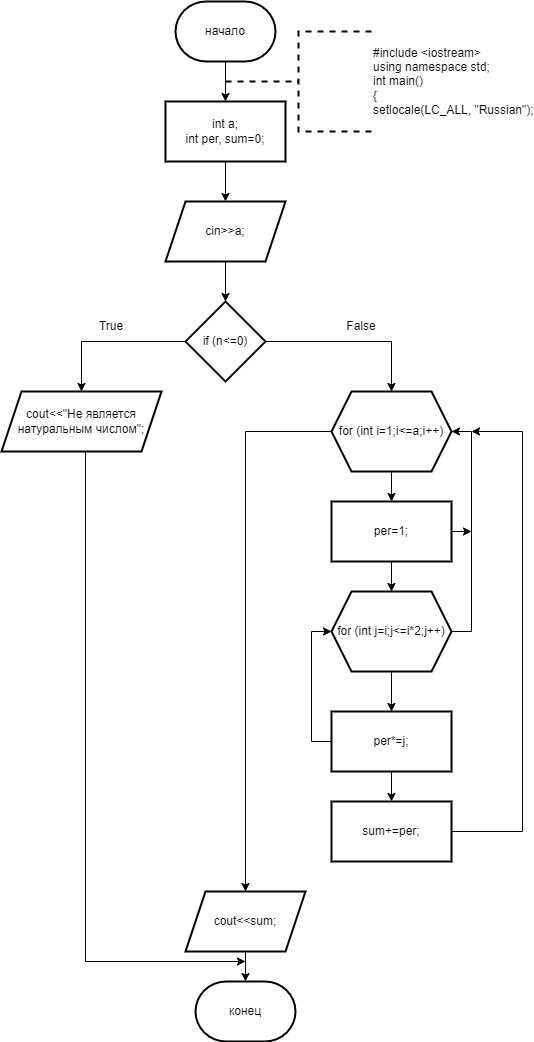
Before: 2_3.drawio.png, a diagram exported from draw.io (ksinph/PSTU_LABS_2023). Source tidied: cells renumbered, new cells last; positions are measured from the earlier drawing's top-left corner, leaving out a move shared by most shapes.
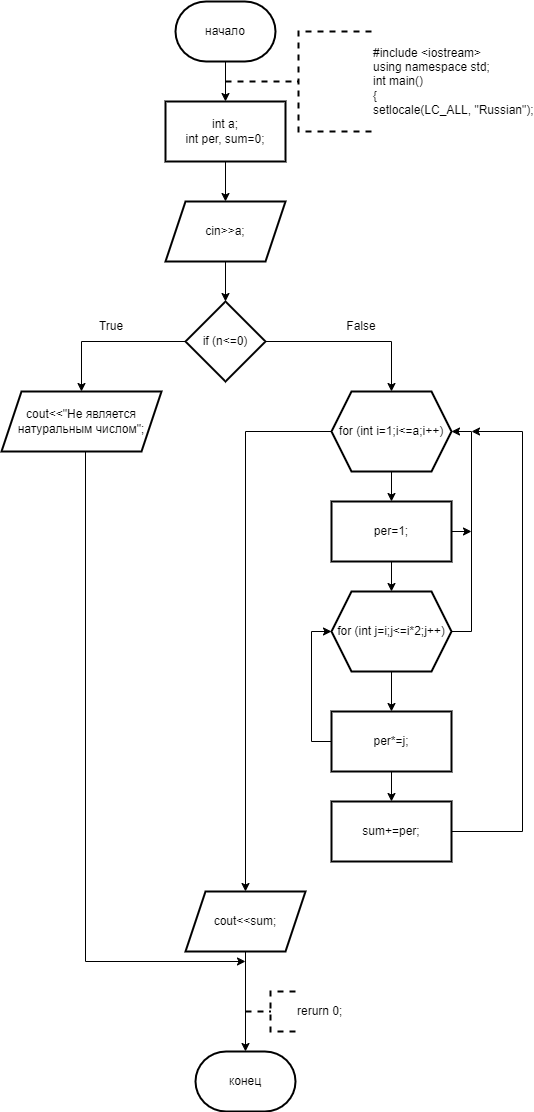
The same diagram one commit later.

Change to the diagram source:
```diff
@@ -91,7 +91,7 @@
       <mxGeometry x="330" y="800" width="120" height="60" as="geometry" />
     </mxCell>
     <mxCell id="27" value="конец" style="strokeWidth=2;html=1;shape=mxgraph.flowchart.terminator;whiteSpace=wrap;" parent="1" vertex="1">
-      <mxGeometry x="194" y="980" width="100" height="60" as="geometry" />
+      <mxGeometry x="194" y="1050" width="100" height="60" as="geometry" />
     </mxCell>
     <mxCell id="28" value="cout&amp;lt;&amp;lt;sum;" style="shape=parallelogram;perimeter=parallelogramPerimeter;whiteSpace=wrap;html=1;fixedSize=1;strokeWidth=2;" parent="1" vertex="1">
       <mxGeometry x="184" y="890" width="120" height="60" as="geometry" />
@@ -108,5 +108,8 @@
     <mxCell id="32" value="False" style="text;html=1;strokeColor=none;fillColor=none;align=center;verticalAlign=middle;whiteSpace=wrap;rounded=0;" parent="1" vertex="1">
       <mxGeometry x="330" y="310" width="60" height="30" as="geometry" />
     </mxCell>
+    <mxCell id="33" value="rerurn 0;" style="strokeWidth=2;html=1;shape=mxgraph.flowchart.annotation_2;align=left;labelPosition=right;dashed=1;" parent="1" vertex="1">
+      <mxGeometry x="244" y="990" width="50" height="40" as="geometry" />
+    </mxCell>
   </root>
 </mxGraphModel>
```
